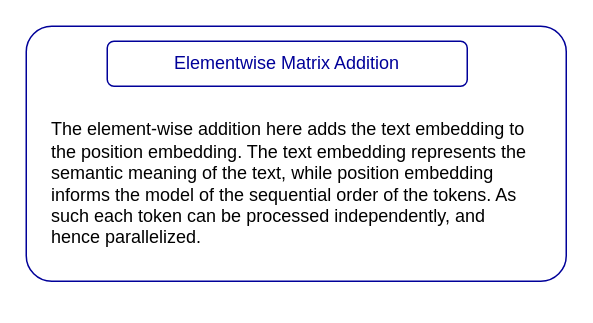
The draw.io diagram docs/assets/element_wise_add_input_embed.drawio in mathadoor/TransformerExposition, before the edit. Source tidied: cells renumbered, new cells numbered last; positions are measured from the earlier drawing's top-left corner, leaving out a move shared by most shapes. Both pictures are drawn from the tidied source at 150%, with x=0, y=0 at pixel (26, 26).
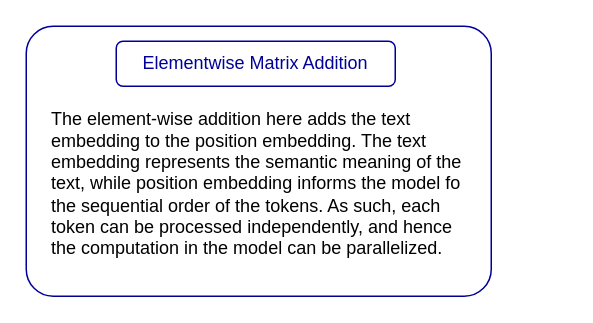
The same page after the edit.

What changed in the source:
```diff
@@
 <mxGraphModel>
   <root>
     <mxCell id="0" />
     <mxCell id="1" parent="0" />
     <mxCell id="2" style="rounded=1;whiteSpace=wrap;html=1;strokeColor=#000099;arcSize=10;" parent="1" vertex="1">
-      <mxGeometry width="360" height="170" as="geometry" />
+      <mxGeometry width="310" height="180" as="geometry" />
     </mxCell>
-    <mxCell id="3" value="The element-wise addition here adds the text embedding to the position embedding. The text embedding represents the semantic meaning of the text, while position embedding informs the model of the sequential order of the tokens. As such each token can be processed independently, and hence parallelized.&amp;nbsp;" style="text;html=1;strokeColor=none;fillColor=none;align=left;verticalAlign=middle;whiteSpace=wrap;rounded=0;" parent="1" vertex="1">
-      <mxGeometry x="15" y="60" width="320" height="90" as="geometry" />
+    <mxCell id="3" value="The element-wise addition here adds the text embedding to the position embedding. The text embedding represents the semantic meaning of the text, while position embedding informs the model fo the sequential order of the tokens. As such, each token can be processed independently, and hence the computation in the model can be parallelized." style="text;html=1;strokeColor=none;fillColor=none;align=left;verticalAlign=middle;whiteSpace=wrap;rounded=0;" parent="1" vertex="1">
+      <mxGeometry x="15" y="60" width="280" height="90" as="geometry" />
     </mxCell>
     <mxCell id="4" value="&lt;font color=&quot;#000099&quot;&gt;Elementwise Matrix Addition&lt;/font&gt;" style="rounded=1;whiteSpace=wrap;html=1;strokeColor=#000099;" parent="1" vertex="1">
-      <mxGeometry x="54" y="10" width="240" height="30" as="geometry" />
+      <mxGeometry x="60" y="10" width="186" height="30" as="geometry" />
     </mxCell>
   </root>
 </mxGraphModel>
```
